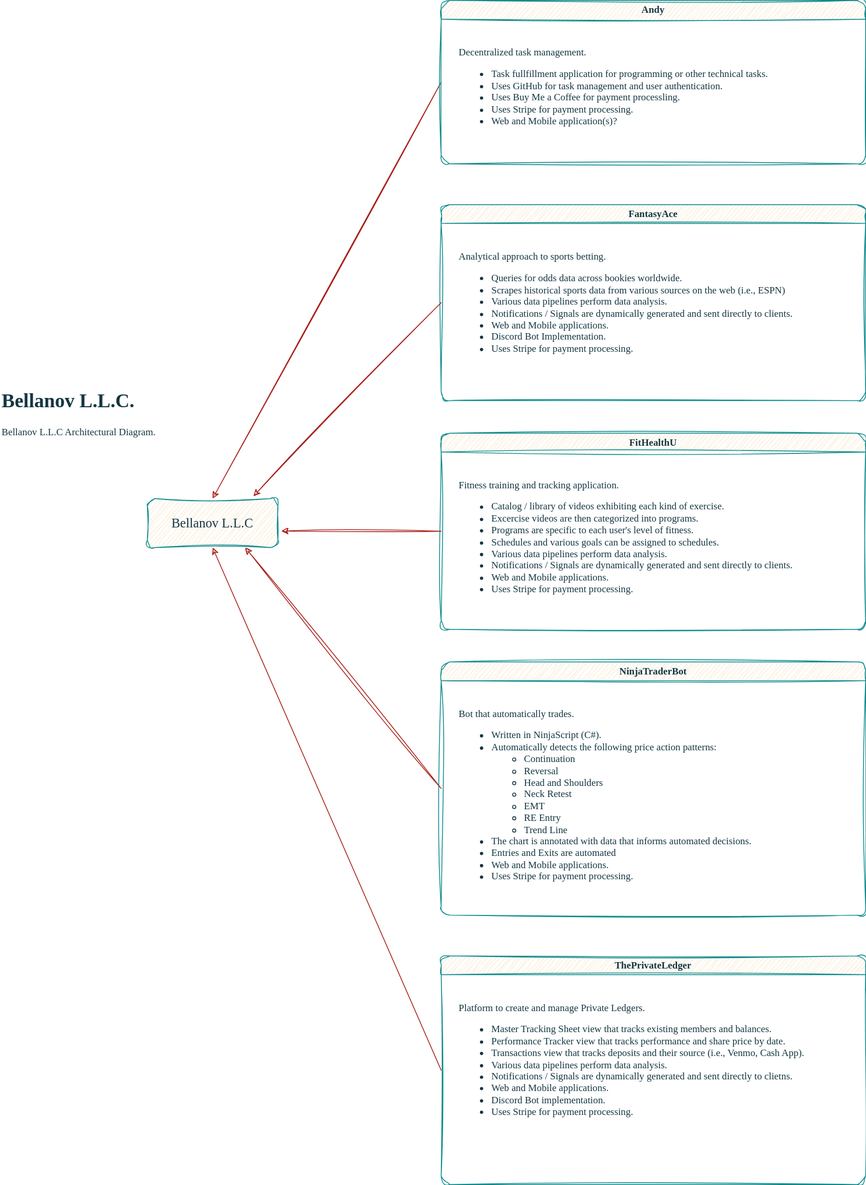
Above: diagrams/Architecture.svg in bellanov/bellanov-llc (draw.io), before the change. Source tidied: cells renumbered, new cells last; positions are measured from the earlier drawing's top-left corner, leaving out a move shared by most shapes.
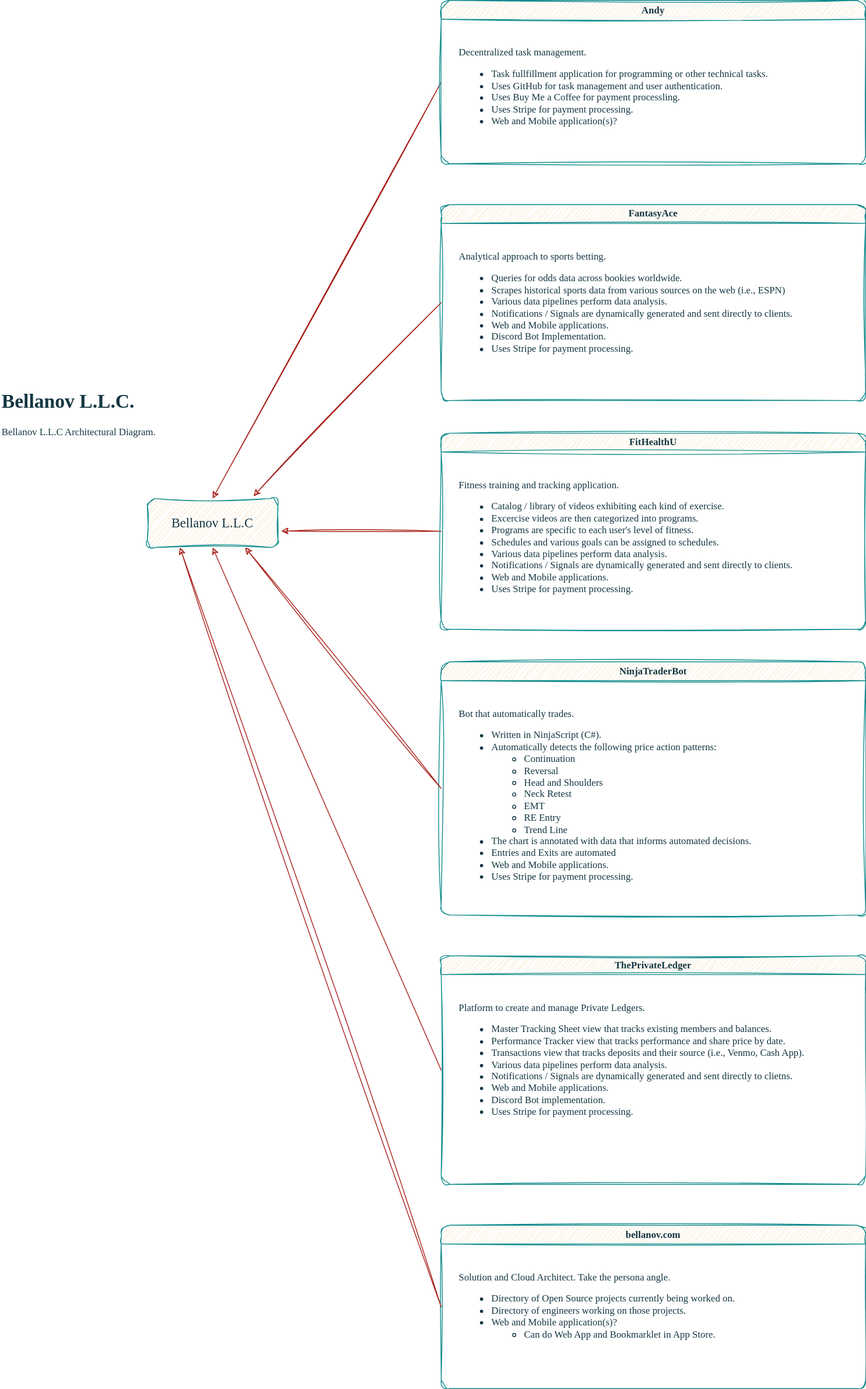
The same file after the commit.

Change to the diagram source:
```diff
@@ -61,5 +61,14 @@
     <mxCell id="20" style="endArrow=classic;html=1;rounded=1;sketch=1;hachureGap=4;jiggle=2;curveFitting=1;strokeColor=#A8201A;fontFamily=Architects Daughter;fontSource=https%3A%2F%2Ffonts.googleapis.com%2Fcss%3Ffamily%3DArchitects%2BDaughter;fontColor=default;fillColor=#FAE5C7;labelBackgroundColor=none;entryX=0.75;entryY=1;entryDx=0;entryDy=0;exitX=0;exitY=0.5;exitDx=0;exitDy=0;" parent="1" edge="1" source="12" target="15">
       <mxGeometry relative="1" as="geometry" />
     </mxCell>
+    <mxCell id="21" value="bellanov.com" style="swimlane;whiteSpace=wrap;html=1;sketch=1;hachureGap=4;jiggle=2;curveFitting=1;fontFamily=Verdana;labelBackgroundColor=none;fillColor=#FAE5C7;strokeColor=#0F8B8D;fontColor=#143642;rounded=1;" parent="1" vertex="1">
+      <mxGeometry x="540" y="1500" width="520" height="200" as="geometry" />
+    </mxCell>
+    <mxCell id="22" value="&lt;div&gt;Solution and Cloud Architect. Take the persona angle.&lt;/div&gt;&lt;div&gt;&lt;ul&gt;&lt;li&gt;Directory of Open Source projects currently being worked on.&lt;/li&gt;&lt;li&gt;Directory of engineers working on those projects.&lt;/li&gt;&lt;li&gt;Web and Mobile application(s)?&lt;/li&gt;&lt;ul&gt;&lt;li&gt;Can do Web App and Bookmarklet in App Store.&lt;/li&gt;&lt;/ul&gt;&lt;/ul&gt;&lt;/div&gt;" style="text;html=1;whiteSpace=wrap;strokeColor=none;fillColor=none;align=left;verticalAlign=top;rounded=1;fontFamily=Lucida Console;labelBackgroundColor=none;fontColor=#143642;" parent="21" vertex="1">
+      <mxGeometry x="20" y="50" width="480" height="130" as="geometry" />
+    </mxCell>
+    <mxCell id="23" style="endArrow=classic;html=1;rounded=1;sketch=1;hachureGap=4;jiggle=2;curveFitting=1;strokeColor=#A8201A;fontFamily=Architects Daughter;fontSource=https%3A%2F%2Ffonts.googleapis.com%2Fcss%3Ffamily%3DArchitects%2BDaughter;fontColor=default;fillColor=#FAE5C7;labelBackgroundColor=none;exitX=0;exitY=0.5;exitDx=0;exitDy=0;entryX=0.25;entryY=1;entryDx=0;entryDy=0;" parent="1" edge="1" source="21" target="15">
+      <mxGeometry relative="1" as="geometry" />
+    </mxCell>
   </root>
 </mxGraphModel>
```
